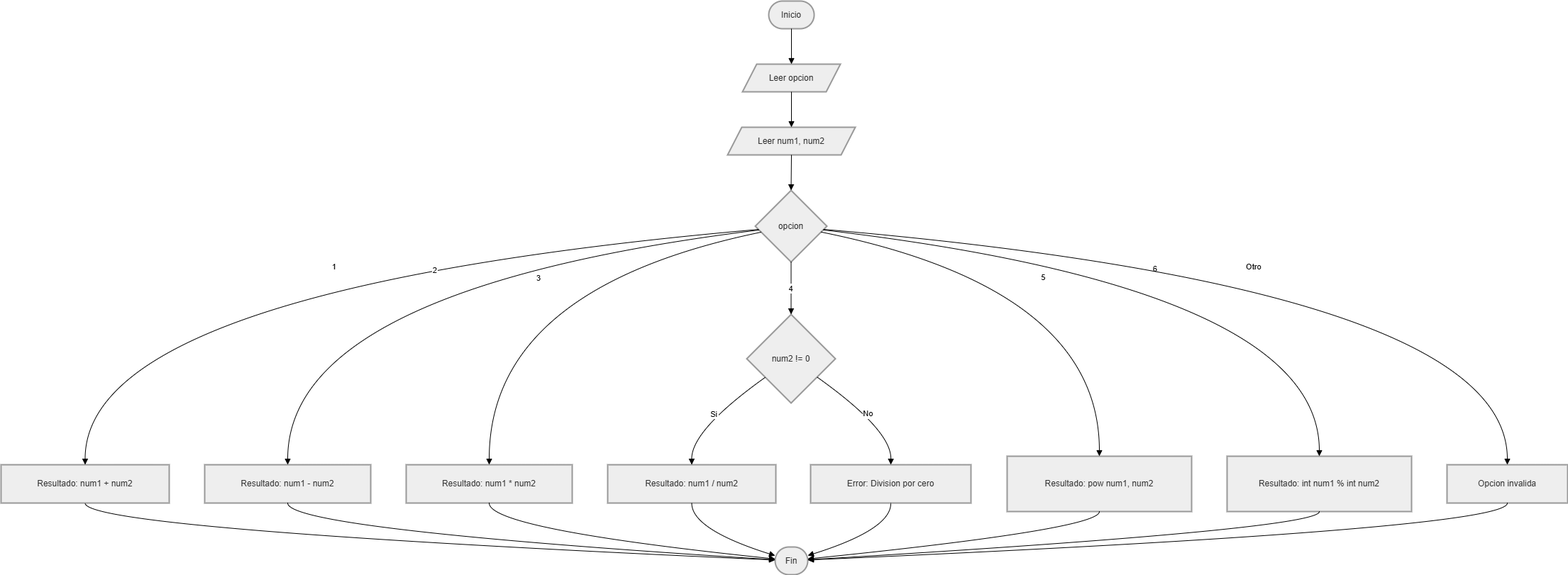
This is calcuavanzada.drawio.png from idayariss-commits/Repositorio1, a draw.io export, as it was before one commit. Source tidied: cells renumbered, new cells last; positions are measured from the earlier drawing's top-left corner, leaving out a move shared by most shapes.
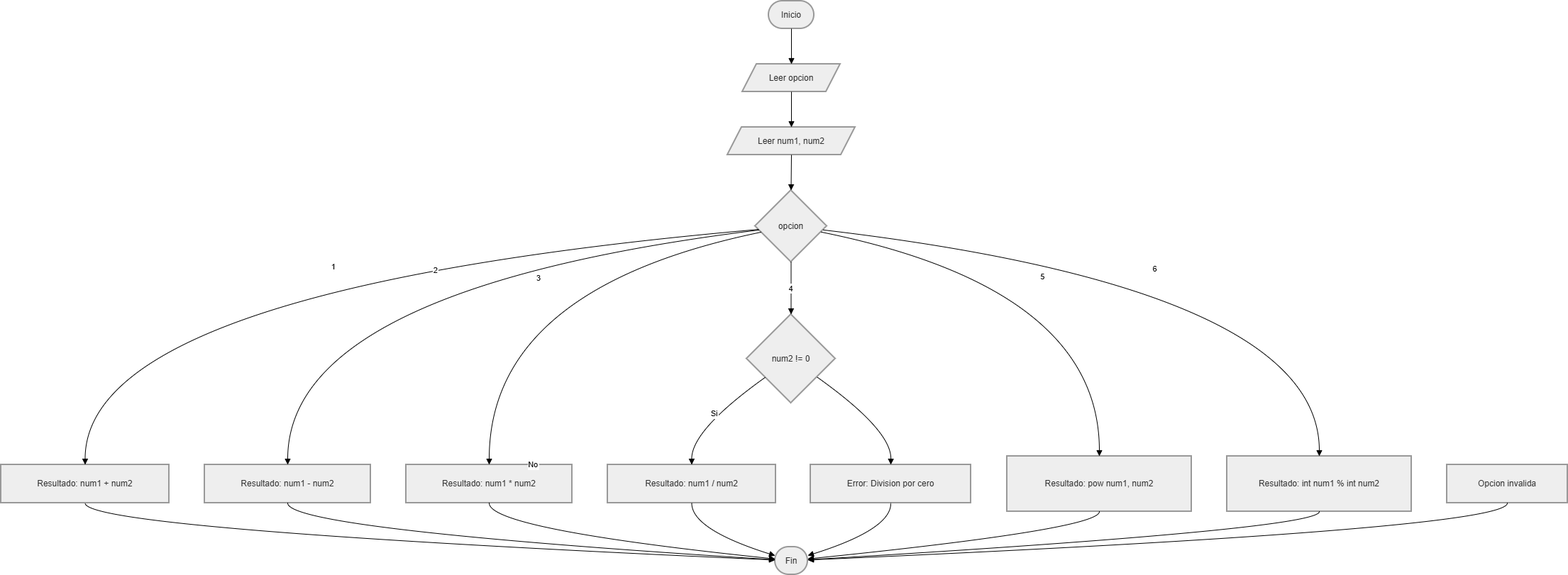
Above is the later version.

Change to the diagram source:
```diff
@@ -85,10 +85,11 @@
       </mxGeometry>
     </mxCell>
     <mxCell id="24" value="No" style="curved=1;startArrow=none;endArrow=block;exitX=1.01;exitY=0.86;entryX=0.5;entryY=0;rounded=0;" parent="1" edge="1" source="9" target="11">
-      <mxGeometry relative="1" as="geometry">
+      <mxGeometry x="-1" y="-419" relative="1" as="geometry">
         <Array as="points">
           <mxPoint x="1255" y="605" />
         </Array>
+        <mxPoint x="-157" y="-218" as="offset" />
       </mxGeometry>
     </mxCell>
     <mxCell id="25" value="5" style="curved=1;startArrow=none;endArrow=block;exitX=1.01;exitY=0.6;entryX=0.5;entryY=0;rounded=0;" parent="1" edge="1" source="5" target="12">
@@ -105,13 +106,6 @@
         </Array>
       </mxGeometry>
     </mxCell>
-    <mxCell id="27" value="Otro" style="curved=1;startArrow=none;endArrow=block;exitX=1.01;exitY=0.55;entryX=0.5;entryY=0;rounded=0;" parent="1" edge="1" source="5" target="14">
-      <mxGeometry relative="1" as="geometry">
-        <Array as="points">
-          <mxPoint x="2123" y="405" />
-        </Array>
-      </mxGeometry>
-    </mxCell>
     <mxCell id="28" style="curved=1;startArrow=none;endArrow=block;exitX=0.5;exitY=1;entryX=-0.01;entryY=0.47;rounded=0;" parent="1" edge="1" source="6" target="15">
       <mxGeometry relative="1" as="geometry">
         <Array as="points">
```
